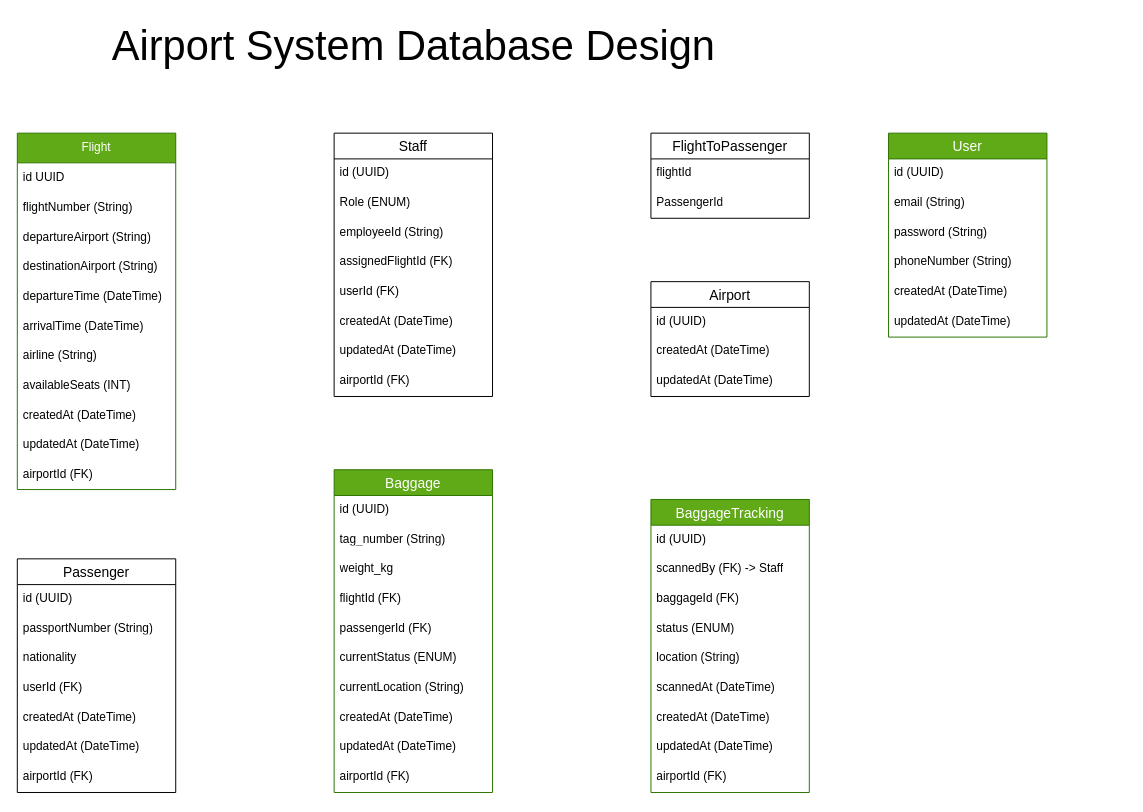
khaledhabib18/airport-task keeps this draw.io diagram as docs/db.drawio. Above is the earlier version. Source tidied: cells renumbered, new cells numbered last; positions are measured from the earlier drawing's top-left corner, leaving out a move shared by most shapes. Both pictures are drawn from the tidied source at 99%, with x=0, y=0 at pixel (17, 17).
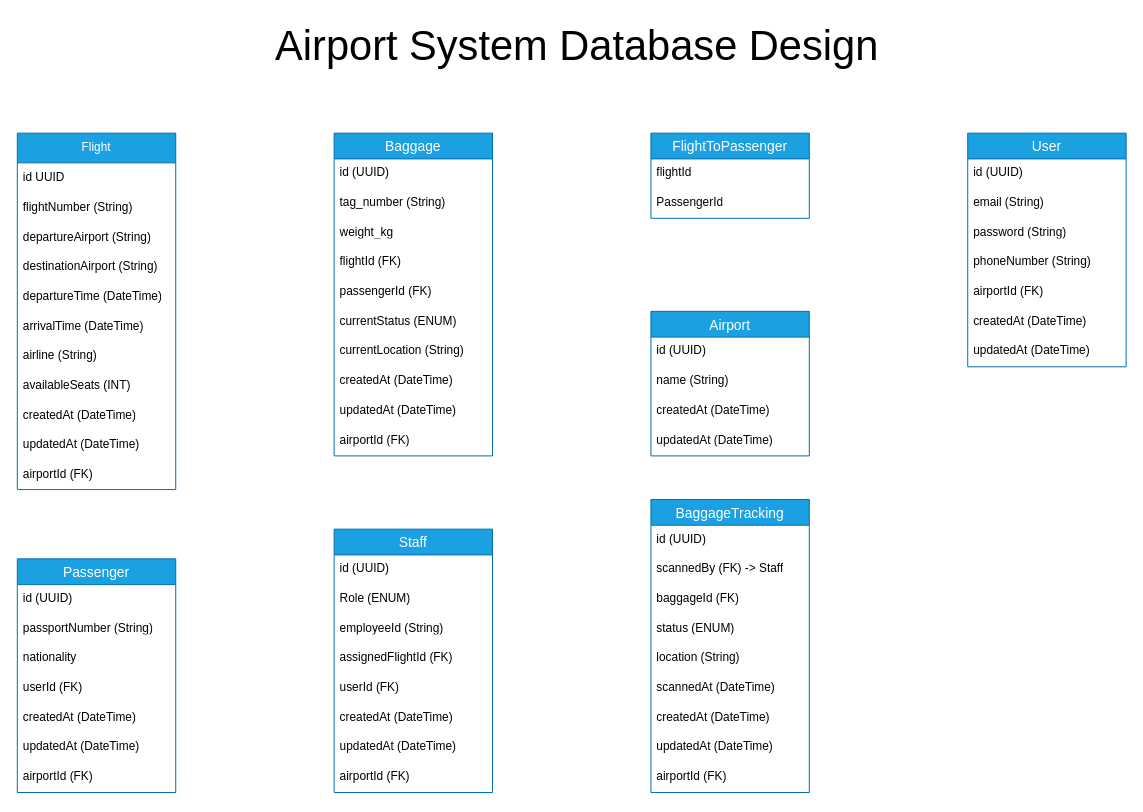
After the change.

What changed in the source:
```diff
@@
     <mxCell id="2" value="&lt;font style=&quot;font-size: 42px;&quot;&gt;Airport System Database Design&lt;/font&gt;" style="text;html=1;align=center;verticalAlign=middle;strokeColor=none;fillColor=none;" parent="1" vertex="1">
-      <mxGeometry x="85" width="630" height="60" as="geometry" />
+      <mxGeometry x="250" width="630" height="60" as="geometry" />
     </mxCell>
-    <mxCell id="3" value="Flight" style="swimlane;fontStyle=0;horizontal=1;startSize=30;whiteSpace=wrap;html=1;fillColor=#60a917;fontColor=#ffffff;strokeColor=#2D7600;" parent="1" vertex="1">
+    <mxCell id="3" value="Flight" style="swimlane;fontStyle=0;horizontal=1;startSize=30;whiteSpace=wrap;html=1;fillColor=#1ba1e2;fontColor=#ffffff;strokeColor=#006EAF;" parent="1" vertex="1">
       <mxGeometry y="117" width="160" height="360" as="geometry" />
     </mxCell>
@@
-    <mxCell id="14" value="airportId (FK)" style="text;strokeColor=none;fillColor=none;align=left;verticalAlign=middle;spacingLeft=4;spacingRight=4;overflow=hidden;whiteSpace=wrap;html=1;" parent="3" vertex="1">
+    <mxCell id="14" value="airportId (FK)" style="text;align=left;verticalAlign=middle;spacingLeft=4;spacingRight=4;overflow=hidden;whiteSpace=wrap;html=1;" parent="3" vertex="1">
       <mxGeometry y="330" width="160" height="30" as="geometry" />
     </mxCell>
-    <mxCell id="15" value="Passenger" style="swimlane;fontStyle=0;horizontal=1;startSize=26;align=center;fontSize=14;" parent="1" vertex="1">
+    <mxCell id="15" value="Passenger" style="swimlane;fontStyle=0;horizontal=1;startSize=26;align=center;fontSize=14;fillColor=#1ba1e2;fontColor=#ffffff;strokeColor=#006EAF;" parent="1" vertex="1">
       <mxGeometry y="547" width="160" height="236" as="geometry" />
     </mxCell>
@@
-    <mxCell id="23" value="Staff" style="swimlane;fontStyle=0;horizontal=1;startSize=26;align=center;fontSize=14;" parent="1" vertex="1">
-      <mxGeometry x="320" y="117" width="160" height="266" as="geometry" />
+    <mxCell id="23" value="Staff" style="swimlane;fontStyle=0;horizontal=1;startSize=26;align=center;fontSize=14;fillColor=#1ba1e2;fontColor=#ffffff;strokeColor=#006EAF;" parent="1" vertex="1">
+      <mxGeometry x="320" y="517" width="160" height="266" as="geometry" />
     </mxCell>
@@
-    <mxCell id="32" value="FlightToPassenger" style="swimlane;fontStyle=0;horizontal=1;startSize=26;align=center;fontSize=14;" parent="1" vertex="1">
+    <mxCell id="32" value="FlightToPassenger" style="swimlane;fontStyle=0;horizontal=1;startSize=26;align=center;fontSize=14;fillColor=#1ba1e2;fontColor=#ffffff;strokeColor=#006EAF;" parent="1" vertex="1">
       <mxGeometry x="640" y="117" width="160" height="86" as="geometry" />
     </mxCell>
@@
-    <mxCell id="35" value="Baggage" style="swimlane;fontStyle=0;horizontal=1;startSize=26;align=center;fontSize=14;fillColor=#60a917;fontColor=#ffffff;strokeColor=#2D7600;" parent="1" vertex="1">
-      <mxGeometry x="320" y="457" width="160" height="326" as="geometry" />
+    <mxCell id="35" value="Baggage" style="swimlane;fontStyle=0;horizontal=1;startSize=26;align=center;fontSize=14;fillColor=#1ba1e2;fontColor=#ffffff;strokeColor=#006EAF;" parent="1" vertex="1">
+      <mxGeometry x="320" y="117" width="160" height="326" as="geometry" />
     </mxCell>
@@
-    <mxCell id="46" value="BaggageTracking" style="swimlane;fontStyle=0;horizontal=1;startSize=26;align=center;fontSize=14;fillColor=#60a917;fontColor=#ffffff;strokeColor=#2D7600;" parent="1" vertex="1">
+    <mxCell id="46" value="BaggageTracking" style="swimlane;fontStyle=0;horizontal=1;startSize=26;align=center;fontSize=14;fillColor=#1ba1e2;fontColor=#ffffff;strokeColor=#006EAF;" parent="1" vertex="1">
       <mxGeometry x="640" y="487" width="160" height="296" as="geometry" />
     </mxCell>
@@
-    <mxCell id="56" value="Airport" style="swimlane;fontStyle=0;horizontal=1;startSize=26;align=center;fontSize=14;" parent="1" vertex="1">
-      <mxGeometry x="640" y="267" width="160" height="116" as="geometry" />
+    <mxCell id="56" value="Airport" style="swimlane;fontStyle=0;horizontal=1;startSize=26;align=center;fontSize=14;fillColor=#1ba1e2;fontColor=#ffffff;strokeColor=#006EAF;" parent="1" vertex="1">
+      <mxGeometry x="640" y="297" width="160" height="146" as="geometry" />
     </mxCell>
@@
+    <mxCell id="67" value="name (String)" style="text;strokeColor=none;fillColor=none;spacingLeft=4;spacingRight=4;overflow=hidden;fontSize=12;whiteSpace=wrap;html=1;" parent="56" vertex="1">
+      <mxGeometry y="56" width="160" height="30" as="geometry" />
+    </mxCell>
     <mxCell id="58" value="createdAt (DateTime)" style="text;strokeColor=none;fillColor=none;spacingLeft=4;spacingRight=4;overflow=hidden;fontSize=12;whiteSpace=wrap;html=1;" parent="56" vertex="1">
-      <mxGeometry y="56" width="160" height="30" as="geometry" />
+      <mxGeometry y="86" width="160" height="30" as="geometry" />
     </mxCell>
     <mxCell id="59" value="updatedAt (DateTime)" style="text;strokeColor=none;fillColor=none;spacingLeft=4;spacingRight=4;overflow=hidden;fontSize=12;whiteSpace=wrap;html=1;" parent="56" vertex="1">
-      <mxGeometry y="86" width="160" height="30" as="geometry" />
+      <mxGeometry y="116" width="160" height="30" as="geometry" />
     </mxCell>
-    <mxCell id="60" value="User" style="swimlane;fontStyle=0;horizontal=1;startSize=26;align=center;fontSize=14;fillColor=#60a917;fontColor=#ffffff;strokeColor=#2D7600;" parent="1" vertex="1">
-      <mxGeometry x="880" y="117" width="160" height="206" as="geometry" />
+    <mxCell id="60" value="User" style="swimlane;fontStyle=0;horizontal=1;startSize=26;align=center;fontSize=14;fillColor=#1ba1e2;fontColor=#ffffff;strokeColor=#006EAF;" parent="1" vertex="1">
+      <mxGeometry x="960" y="117" width="160" height="236" as="geometry" />
     </mxCell>
@@
+    <mxCell id="68" value="airportId (FK)" style="text;strokeColor=none;fillColor=none;spacingLeft=4;spacingRight=4;overflow=hidden;fontSize=12;whiteSpace=wrap;html=1;" parent="60" vertex="1">
+      <mxGeometry y="146" width="160" height="30" as="geometry" />
+    </mxCell>
     <mxCell id="65" value="createdAt (DateTime)" style="text;strokeColor=none;fillColor=none;spacingLeft=4;spacingRight=4;overflow=hidden;fontSize=12;whiteSpace=wrap;html=1;" parent="60" vertex="1">
-      <mxGeometry y="146" width="160" height="30" as="geometry" />
+      <mxGeometry y="176" width="160" height="30" as="geometry" />
     </mxCell>
     <mxCell id="66" value="updatedAt (DateTime)" style="text;strokeColor=none;fillColor=none;spacingLeft=4;spacingRight=4;overflow=hidden;fontSize=12;whiteSpace=wrap;html=1;" parent="60" vertex="1">
-      <mxGeometry y="176" width="160" height="30" as="geometry" />
+      <mxGeometry y="206" width="160" height="30" as="geometry" />
     </mxCell>
```
